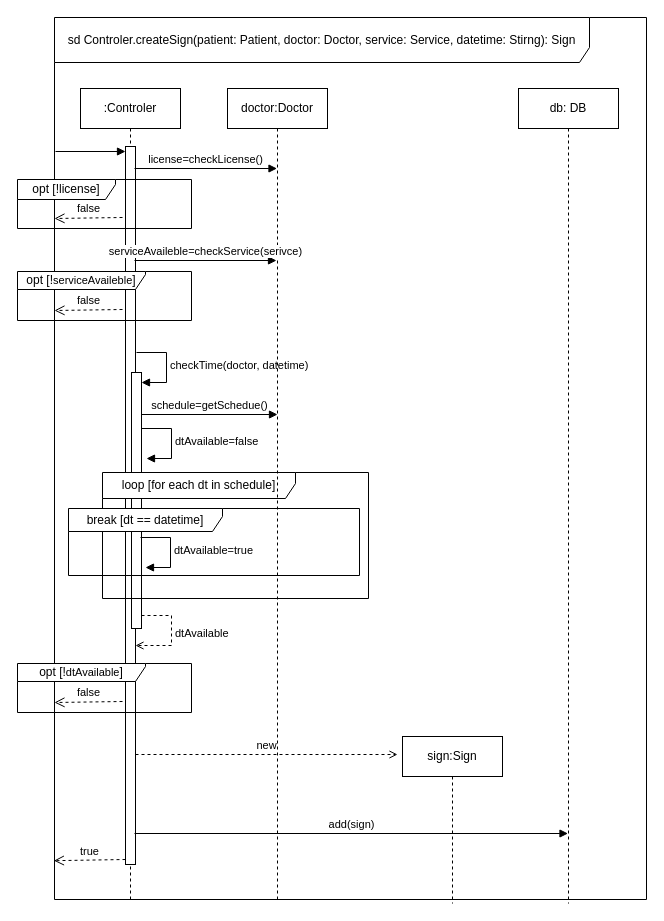
Before: page "последовательностей" (5 of 6) of 2 лаба.drawio in Encorsio23/OOAPGovorovMikhailitsinMuslimov, a draw.io diagram. Source tidied: cells renumbered, new cells numbered last; positions are measured from the earlier drawing's top-left corner, leaving out a move shared by most shapes. Both pictures are drawn from the tidied source at 100%, with x=0, y=0 at pixel (17, 17).
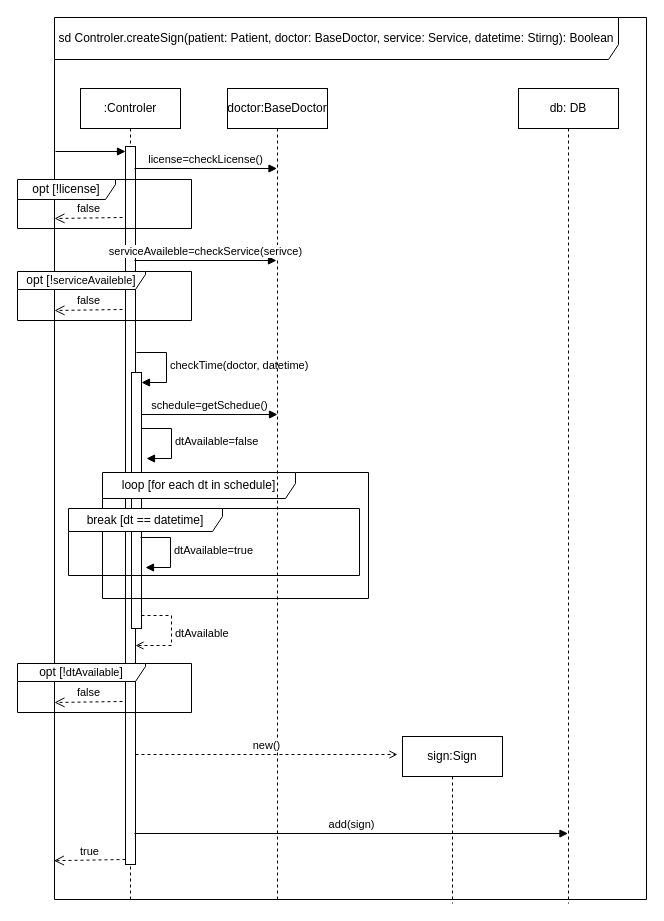
The same page after the edit.

Diff of the diagram source:
```diff
@@
-    <mxCell id="2" value="sd Controler.&lt;span style=&quot;text-align: left;&quot;&gt;createSign(p&lt;/span&gt;&lt;span style=&quot;text-align: left; background-color: transparent; color: light-dark(rgb(0, 0, 0), rgb(255, 255, 255));&quot;&gt;atient: Patient,&amp;nbsp;&lt;/span&gt;&lt;span style=&quot;text-align: left; background-color: transparent; color: light-dark(rgb(0, 0, 0), rgb(255, 255, 255));&quot;&gt;doctor: Doctor,&amp;nbsp;&lt;/span&gt;&lt;span style=&quot;text-align: left; background-color: transparent; color: light-dark(rgb(0, 0, 0), rgb(255, 255, 255));&quot;&gt;service: Service,&amp;nbsp;&lt;/span&gt;&lt;span style=&quot;text-align: left; background-color: transparent; color: light-dark(rgb(0, 0, 0), rgb(255, 255, 255));&quot;&gt;datetime: Stirng&lt;/span&gt;&lt;span style=&quot;text-align: left; background-color: transparent; color: light-dark(rgb(0, 0, 0), rgb(255, 255, 255));&quot;&gt;): Sign&lt;/span&gt;" style="shape=umlFrame;whiteSpace=wrap;html=1;width=535;height=45;" parent="1" vertex="1">
+    <mxCell id="2" value="sd Controler.&lt;span style=&quot;text-align: left;&quot;&gt;createSign(p&lt;/span&gt;&lt;span style=&quot;text-align: left; background-color: transparent; color: light-dark(rgb(0, 0, 0), rgb(255, 255, 255));&quot;&gt;atient: Patient,&amp;nbsp;&lt;/span&gt;&lt;span style=&quot;text-align: left; background-color: transparent; color: light-dark(rgb(0, 0, 0), rgb(255, 255, 255));&quot;&gt;doctor: BaseDoctor,&amp;nbsp;&lt;/span&gt;&lt;span style=&quot;text-align: left; background-color: transparent; color: light-dark(rgb(0, 0, 0), rgb(255, 255, 255));&quot;&gt;service: Service,&amp;nbsp;&lt;/span&gt;&lt;span style=&quot;text-align: left; background-color: transparent; color: light-dark(rgb(0, 0, 0), rgb(255, 255, 255));&quot;&gt;datetime: Stirng&lt;/span&gt;&lt;span style=&quot;text-align: left; background-color: transparent; color: light-dark(rgb(0, 0, 0), rgb(255, 255, 255));&quot;&gt;): Boolean&lt;/span&gt;" style="shape=umlFrame;whiteSpace=wrap;html=1;width=564;height=42;" parent="1" vertex="1">
       <mxGeometry x="37" width="592" height="882" as="geometry" />
     </mxCell>
@@
-    <mxCell id="14" value="doctor:Doctor" style="shape=umlLifeline;perimeter=lifelinePerimeter;whiteSpace=wrap;html=1;outlineConnect=0;portConstraint=eastwest;newEdgeStyle={&quot;curved&quot;:0,&quot;rounded&quot;:0};" parent="1" vertex="1">
+    <mxCell id="14" value="doctor:BaseDoctor" style="shape=umlLifeline;perimeter=lifelinePerimeter;whiteSpace=wrap;html=1;outlineConnect=0;portConstraint=eastwest;newEdgeStyle={&quot;curved&quot;:0,&quot;rounded&quot;:0};" parent="1" vertex="1">
       <mxGeometry x="210" y="71" width="100" height="813" as="geometry" />
     </mxCell>
@@
-    <mxCell id="25" value="new" style="html=1;verticalAlign=bottom;endArrow=open;curved=0;rounded=0;dashed=1;endFill=0;" parent="1" edge="1">
+    <mxCell id="25" value="new()" style="html=1;verticalAlign=bottom;endArrow=open;curved=0;rounded=0;dashed=1;endFill=0;" parent="1" edge="1">
       <mxGeometry relative="1" as="geometry">
         <mxPoint x="118" y="737" as="sourcePoint" />
         <mxPoint x="380" y="737" as="targetPoint" />
       </mxGeometry>
     </mxCell>
```
